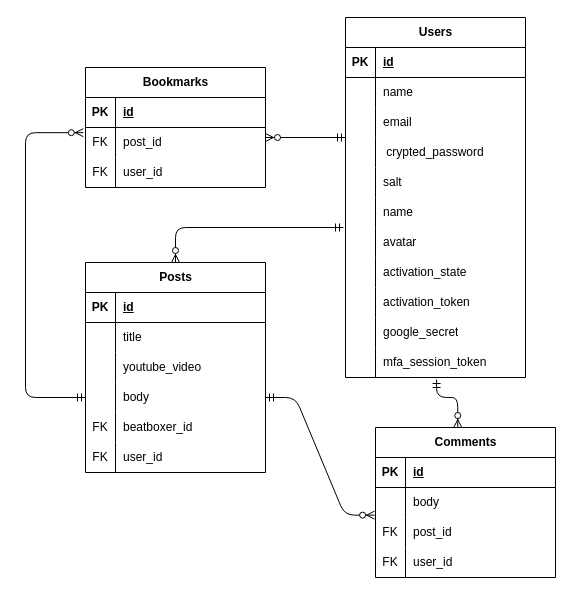
Above: database_model_er.dio in yusuke061467/beatboxer-collection (draw.io), before the change. Source tidied: cells renumbered, new cells numbered last; positions are measured from the earlier drawing's top-left corner, leaving out a move shared by most shapes. Both pictures are drawn from the tidied source at 100%, with x=0, y=0 at pixel (25, 17).
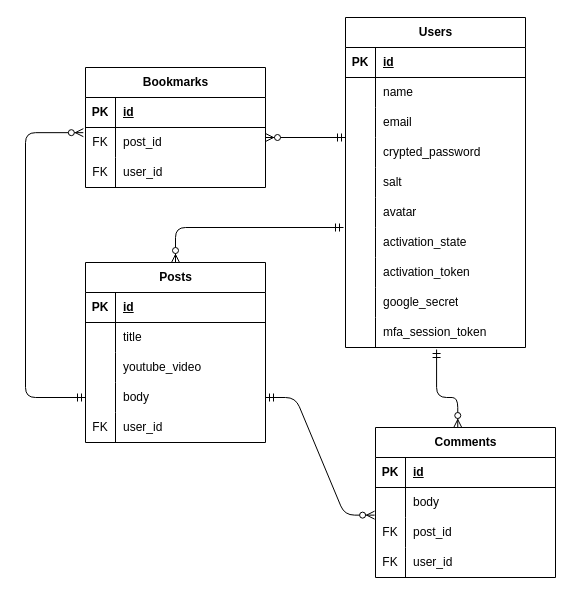
The same diagram, later.

Commit message (it also covers changes not shown here):
fix: 自身のコメント以外でも削除が可能だったので改善＆ER図の微修正

The change refers to these unchanged cells:
```xml
<mxCell id="12" style="shape=tableRow;horizontal=0;startSize=0;swimlaneHead=0;swimlaneBody=0;fillColor=none;top=0;left=0;right=0;bottom=0;" parent="2" vertex="1">
  <mxGeometry y="120" width="180" height="30" as="geometry" />
</mxCell>
```

What changed in the source:
```diff
@@
     <mxCell id="2" value="Users" style="shape=table;startSize=30;childLayout=tableLayout;rowLines=0;fontStyle=1;align=center;html=1;" parent="1" vertex="1">
-      <mxGeometry x="320" width="180" height="360" as="geometry" />
+      <mxGeometry x="320" width="180" height="330" as="geometry" />
     </mxCell>
@@
-    <mxCell id="14" value="&amp;nbsp;crypted_password" style="shape=partialRectangle;fillColor=none;top=0;left=0;bottom=0;right=0;align=left;spacingLeft=6;overflow=hidden;whiteSpace=wrap;html=1;" parent="12" vertex="1">
+    <mxCell id="14" value="crypted_password" style="shape=partialRectangle;fillColor=none;top=0;left=0;bottom=0;right=0;align=left;spacingLeft=6;overflow=hidden;whiteSpace=wrap;html=1;" parent="12" vertex="1">
       <mxGeometry x="30" width="150" height="30" as="geometry" />
     </mxCell>
@@
-    <mxCell id="18" style="shape=tableRow;horizontal=0;startSize=0;swimlaneHead=0;swimlaneBody=0;fillColor=none;top=0;left=0;right=0;bottom=0;" parent="2" vertex="1">
-      <mxGeometry y="180" width="180" height="30" as="geometry" />
-    </mxCell>
-    <mxCell id="19" style="shape=partialRectangle;fillColor=none;top=0;left=0;bottom=0;right=0;overflow=hidden;whiteSpace=wrap;html=1;" parent="18" vertex="1">
-      <mxGeometry width="30" height="30" as="geometry" />
-    </mxCell>
-    <mxCell id="20" value="name" style="shape=partialRectangle;fillColor=none;top=0;left=0;bottom=0;right=0;align=left;spacingLeft=6;overflow=hidden;whiteSpace=wrap;html=1;" parent="18" vertex="1">
-      <mxGeometry x="30" width="150" height="30" as="geometry" />
-    </mxCell>
     <mxCell id="21" style="shape=tableRow;horizontal=0;startSize=0;swimlaneHead=0;swimlaneBody=0;fillColor=none;points=[[0,0.5],[1,0.5]];portConstraint=eastwest;top=0;left=0;right=0;bottom=0;" parent="2" vertex="1">
-      <mxGeometry y="210" width="180" height="30" as="geometry" />
+      <mxGeometry y="180" width="180" height="30" as="geometry" />
     </mxCell>
@@
     <mxCell id="24" style="shape=tableRow;horizontal=0;startSize=0;swimlaneHead=0;swimlaneBody=0;fillColor=none;top=0;left=0;right=0;bottom=0;" parent="2" vertex="1">
-      <mxGeometry y="240" width="180" height="30" as="geometry" />
+      <mxGeometry y="210" width="180" height="30" as="geometry" />
     </mxCell>
@@
     <mxCell id="27" style="shape=tableRow;horizontal=0;startSize=0;swimlaneHead=0;swimlaneBody=0;fillColor=none;top=0;left=0;right=0;bottom=0;" parent="2" vertex="1">
-      <mxGeometry y="270" width="180" height="30" as="geometry" />
+      <mxGeometry y="240" width="180" height="30" as="geometry" />
     </mxCell>
@@
     <mxCell id="30" style="shape=tableRow;horizontal=0;startSize=0;swimlaneHead=0;swimlaneBody=0;fillColor=none;top=0;left=0;right=0;bottom=0;" parent="2" vertex="1">
-      <mxGeometry y="300" width="180" height="30" as="geometry" />
+      <mxGeometry y="270" width="180" height="30" as="geometry" />
     </mxCell>
@@
     <mxCell id="33" style="shape=tableRow;horizontal=0;startSize=0;swimlaneHead=0;swimlaneBody=0;fillColor=none;points=[[0,0.5],[1,0.5]];portConstraint=eastwest;top=0;left=0;right=0;bottom=0;" parent="2" vertex="1">
-      <mxGeometry y="330" width="180" height="30" as="geometry" />
+      <mxGeometry y="300" width="180" height="30" as="geometry" />
     </mxCell>
@@
-    <mxCell id="59" style="edgeStyle=elbowEdgeStyle;fontSize=12;html=1;endArrow=ERzeroToMany;startArrow=ERmandOne;elbow=vertical;entryX=0.5;entryY=0;entryDx=0;entryDy=0;exitX=-0.011;exitY=0;exitDx=0;exitDy=0;exitPerimeter=0;" parent="1" edge="1" source="21" target="61">
+    <mxCell id="59" style="edgeStyle=elbowEdgeStyle;fontSize=12;html=1;endArrow=ERzeroToMany;startArrow=ERmandOne;elbow=vertical;entryX=0.5;entryY=0;entryDx=0;entryDy=0;" parent="1" edge="1" target="61">
       <mxGeometry relative="1" as="geometry">
+        <mxPoint x="318" y="210" as="sourcePoint" />
         <Array as="points">
           <mxPoint x="180" y="210" />
         </Array>
       </mxGeometry>
     </mxCell>
@@
     <mxCell id="61" value="Posts" style="shape=table;startSize=30;childLayout=tableLayout;rowLines=0;fontStyle=1;align=center;html=1;" parent="1" vertex="1">
-      <mxGeometry x="60" y="245" width="180" height="210" as="geometry" />
+      <mxGeometry x="60" y="245" width="180" height="180" as="geometry" />
     </mxCell>
@@
-    <mxCell id="74" style="shape=tableRow;horizontal=0;startSize=0;swimlaneHead=0;swimlaneBody=0;fillColor=none;top=0;left=0;right=0;bottom=0;" parent="61" vertex="1">
-      <mxGeometry y="150" width="180" height="30" as="geometry" />
-    </mxCell>
-    <mxCell id="75" value="FK" style="shape=partialRectangle;fillColor=none;top=0;left=0;bottom=0;right=0;overflow=hidden;whiteSpace=wrap;html=1;" parent="74" vertex="1">
-      <mxGeometry width="30" height="30" as="geometry" />
-    </mxCell>
-    <mxCell id="76" value="beatboxer_id" style="shape=partialRectangle;fillColor=none;top=0;left=0;bottom=0;right=0;align=left;spacingLeft=6;overflow=hidden;whiteSpace=wrap;html=1;" parent="74" vertex="1">
-      <mxGeometry x="30" width="150" height="30" as="geometry" />
-    </mxCell>
     <mxCell id="77" style="shape=tableRow;horizontal=0;startSize=0;swimlaneHead=0;swimlaneBody=0;fillColor=none;top=0;left=0;right=0;bottom=0;" parent="61" vertex="1">
-      <mxGeometry y="180" width="180" height="30" as="geometry" />
+      <mxGeometry y="150" width="180" height="30" as="geometry" />
     </mxCell>
```
